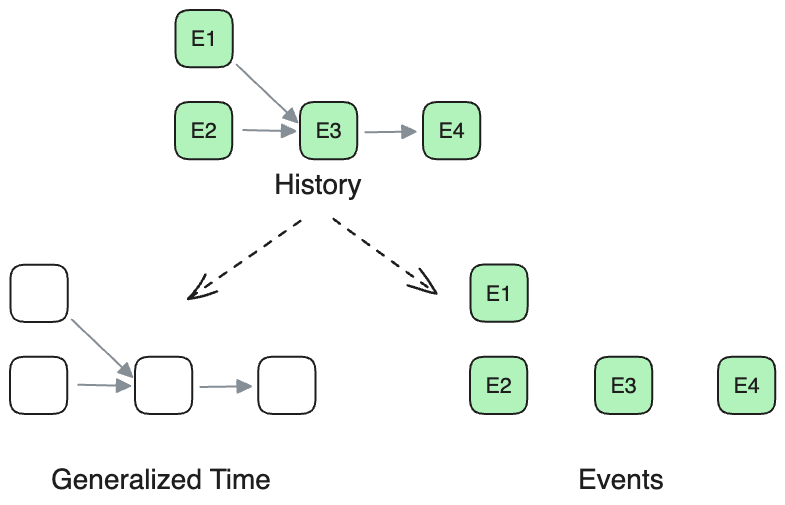
Before: src/list/raxos/history-generalized-time.excalidraw.png, a diagram exported from Excalidraw (drmingdrmer/consensus-essence). Source tidied: one line per element, renumbered; positions are measured from the earlier drawing's top-left corner, leaving out a move shared by most shapes. The source it was exported from:
```json
{"id": 0, "type": "rectangle", "strokeColor": "#1e1e1e", "backgroundColor": "#b2f2bb", "fillStyle": "solid", "strokeWidth": 2, "roughness": 0, "round": true, "x": 165, "y": 0, "width": 57, "height": 57}
{"id": 1, "type": "text", "text": "E1", "strokeColor": "#1e1e1e", "strokeWidth": 2, "roughness": 1, "fontSize": 21.56, "fontFamily": 2, "textAlign": "center", "verticalAlign": "middle", "inside": 0, "x": 181, "y": 16, "width": 26, "height": 25}
{"id": 2, "type": "rectangle", "strokeColor": "#1e1e1e", "strokeWidth": 2, "roughness": 0, "round": true, "x": 0, "y": 255, "width": 57, "height": 57}
{"id": 3, "type": "rectangle", "strokeColor": "#1e1e1e", "backgroundColor": "#b2f2bb", "fillStyle": "solid", "strokeWidth": 2, "roughness": 0, "round": true, "x": 460, "y": 254, "width": 57, "height": 57}
{"id": 4, "type": "text", "text": "E1", "strokeColor": "#1e1e1e", "strokeWidth": 2, "roughness": 1, "fontSize": 21.56, "fontFamily": 2, "textAlign": "center", "verticalAlign": "middle", "inside": 3, "x": 476, "y": 271, "width": 26, "height": 25}
{"id": 5, "type": "rectangle", "strokeColor": "#1e1e1e", "backgroundColor": "#b2f2bb", "fillStyle": "solid", "strokeWidth": 2, "roughness": 0, "round": true, "x": 165, "y": 92, "width": 57, "height": 57}
{"id": 6, "type": "text", "text": "E2", "strokeColor": "#1e1e1e", "strokeWidth": 2, "roughness": 1, "fontSize": 21.56, "fontFamily": 2, "textAlign": "center", "verticalAlign": "middle", "inside": 5, "x": 180, "y": 108, "width": 26, "height": 25}
{"id": 7, "type": "rectangle", "strokeColor": "#1e1e1e", "strokeWidth": 2, "roughness": 0, "round": true, "x": 0, "y": 347, "width": 57, "height": 57}
{"id": 8, "type": "rectangle", "strokeColor": "#1e1e1e", "backgroundColor": "#b2f2bb", "fillStyle": "solid", "strokeWidth": 2, "roughness": 0, "round": true, "x": 460, "y": 347, "width": 57, "height": 57}
{"id": 9, "type": "text", "text": "E2", "strokeColor": "#1e1e1e", "strokeWidth": 2, "roughness": 1, "fontSize": 21.56, "fontFamily": 2, "textAlign": "center", "verticalAlign": "middle", "inside": 8, "x": 475, "y": 363, "width": 26, "height": 25}
{"id": 10, "type": "rectangle", "strokeColor": "#1e1e1e", "backgroundColor": "#b2f2bb", "fillStyle": "solid", "strokeWidth": 2, "roughness": 0, "round": true, "x": 290, "y": 92, "width": 57, "height": 57}
{"id": 11, "type": "text", "text": "E3", "strokeColor": "#1e1e1e", "strokeWidth": 2, "roughness": 1, "fontSize": 21.56, "fontFamily": 2, "textAlign": "center", "verticalAlign": "middle", "inside": 10, "x": 305, "y": 108, "width": 26, "height": 25}
{"id": 12, "type": "rectangle", "strokeColor": "#1e1e1e", "strokeWidth": 2, "roughness": 0, "round": true, "x": 125, "y": 347, "width": 57, "height": 57}
{"id": 13, "type": "rectangle", "strokeColor": "#1e1e1e", "backgroundColor": "#b2f2bb", "fillStyle": "solid", "strokeWidth": 2, "roughness": 0, "round": true, "x": 585, "y": 347, "width": 57, "height": 57}
{"id": 14, "type": "text", "text": "E3", "strokeColor": "#1e1e1e", "strokeWidth": 2, "roughness": 1, "fontSize": 21.56, "fontFamily": 2, "textAlign": "center", "verticalAlign": "middle", "inside": 13, "x": 600, "y": 363, "width": 26, "height": 25}
{"id": 15, "type": "rectangle", "strokeColor": "#1e1e1e", "backgroundColor": "#b2f2bb", "fillStyle": "solid", "strokeWidth": 2, "roughness": 0, "round": true, "x": 413, "y": 92, "width": 57, "height": 57}
{"id": 16, "type": "text", "text": "E4", "strokeColor": "#1e1e1e", "strokeWidth": 2, "roughness": 1, "fontSize": 21.56, "fontFamily": 2, "textAlign": "center", "verticalAlign": "middle", "inside": 15, "x": 428, "y": 108, "width": 26, "height": 25}
{"id": 17, "type": "rectangle", "strokeColor": "#1e1e1e", "strokeWidth": 2, "roughness": 0, "round": true, "x": 248, "y": 347, "width": 57, "height": 57}
{"id": 18, "type": "rectangle", "strokeColor": "#1e1e1e", "backgroundColor": "#b2f2bb", "fillStyle": "solid", "strokeWidth": 2, "roughness": 0, "round": true, "x": 708, "y": 347, "width": 57, "height": 57}
{"id": 19, "type": "text", "text": "E4", "strokeColor": "#1e1e1e", "strokeWidth": 2, "roughness": 1, "fontSize": 21.56, "fontFamily": 2, "textAlign": "center", "verticalAlign": "middle", "inside": 18, "x": 723, "y": 363, "width": 26, "height": 25}
{"id": 20, "type": "arrow", "strokeColor": "#868e96", "backgroundColor": "#b2f2bb", "fillStyle": "solid", "strokeWidth": 2, "roughness": 0, "endArrowhead": "triangle", "round": true, "from": 0, "to": 10, "x": 227, "y": 55, "width": 61, "height": 58, "points": [[0, 0], [61, 58]]}
{"id": 21, "type": "arrow", "strokeColor": "#868e96", "strokeWidth": 2, "roughness": 0, "endArrowhead": "triangle", "round": true, "from": 2, "to": 12, "x": 62, "y": 309, "width": 61, "height": 58, "points": [[0, 0], [61, 58]]}
{"id": 22, "type": "arrow", "strokeColor": "#868e96", "backgroundColor": "#b2f2bb", "fillStyle": "solid", "strokeWidth": 2, "roughness": 0, "endArrowhead": "triangle", "round": true, "from": 5, "to": 10, "x": 233, "y": 120, "width": 52, "height": 1, "points": [[0, 0], [52, 1]]}
{"id": 23, "type": "arrow", "strokeColor": "#868e96", "strokeWidth": 2, "roughness": 0, "endArrowhead": "triangle", "round": true, "from": 7, "to": 12, "x": 68, "y": 375, "width": 52, "height": 1, "points": [[0, 0], [52, 1]]}
{"id": 24, "type": "arrow", "strokeColor": "#868e96", "backgroundColor": "#b2f2bb", "fillStyle": "solid", "strokeWidth": 2, "roughness": 0, "endArrowhead": "triangle", "round": true, "from": 10, "to": 15, "x": 355, "y": 122, "width": 50, "height": 1, "points": [[0, 0], [50, -1]]}
{"id": 25, "type": "arrow", "strokeColor": "#868e96", "strokeWidth": 2, "roughness": 0, "endArrowhead": "triangle", "round": true, "from": 12, "to": 17, "x": 190, "y": 377, "width": 51, "height": 1, "points": [[0, 0], [51, -1]]}
{"id": 26, "type": "arrow", "strokeColor": "#1e1e1e", "strokeWidth": 2, "strokeStyle": "dashed", "roughness": 1, "endArrowhead": "arrow", "round": true, "x": 291, "y": 210, "width": 113, "height": 78, "points": [[0, 0], [-113, 78]]}
{"id": 27, "type": "arrow", "strokeColor": "#1e1e1e", "strokeWidth": 2, "strokeStyle": "dashed", "roughness": 1, "endArrowhead": "arrow", "round": true, "x": 325, "y": 208, "width": 102, "height": 75, "points": [[0, 0], [102, 75]]}
{"id": 28, "type": "text", "text": "Generalized Time", "strokeColor": "#1e1e1e", "strokeWidth": 2, "strokeStyle": "dashed", "roughness": 1, "fontSize": 28, "fontFamily": 2, "x": 41, "y": 453, "width": 220, "height": 32}
{"id": 29, "type": "text", "text": "History", "strokeColor": "#1e1e1e", "strokeWidth": 2, "strokeStyle": "dashed", "roughness": 1, "fontSize": 28, "fontFamily": 2, "x": 264, "y": 158, "width": 87, "height": 32}
{"id": 30, "type": "text", "text": "Events", "strokeColor": "#1e1e1e", "strokeWidth": 2, "strokeStyle": "dashed", "roughness": 1, "fontSize": 28, "fontFamily": 2, "x": 568, "y": 453, "width": 86, "height": 32}
```
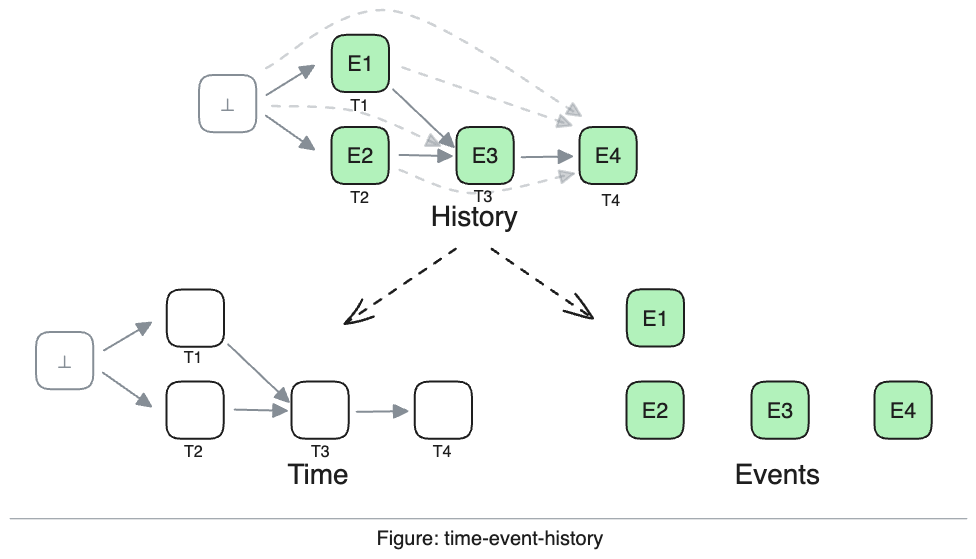
The same diagram one commit later.

Commit message:
M  src/list/raxos/history-generalized-time.excalidraw.png

What changed in the source:
```diff
@@ -19,13 +19,35 @@
 {"id": 18, "type": "rectangle", "strokeColor": "#1e1e1e", "backgroundColor": "#b2f2bb", "fillStyle": "solid", "strokeWidth": 2, "roughness": 0, "round": true, "x": 708, "y": 347, "width": 57, "height": 57}
 {"id": 19, "type": "text", "text": "E4", "strokeColor": "#1e1e1e", "strokeWidth": 2, "roughness": 1, "fontSize": 21.56, "fontFamily": 2, "textAlign": "center", "verticalAlign": "middle", "inside": 18, "x": 723, "y": 363, "width": 26, "height": 25}
 {"id": 20, "type": "arrow", "strokeColor": "#868e96", "backgroundColor": "#b2f2bb", "fillStyle": "solid", "strokeWidth": 2, "roughness": 0, "endArrowhead": "triangle", "round": true, "from": 0, "to": 10, "x": 227, "y": 55, "width": 61, "height": 58, "points": [[0, 0], [61, 58]]}
+{"id": 31, "type": "arrow", "strokeColor": "#868e96", "backgroundColor": "#b2f2bb", "fillStyle": "solid", "strokeWidth": 2, "strokeStyle": "dashed", "roughness": 0, "opacity": 40, "endArrowhead": "triangle", "round": true, "from": 0, "to": 15, "x": 236, "y": 33, "width": 169, "height": 58, "points": [[0, 0], [169, 58]]}
+{"id": 32, "type": "arrow", "strokeColor": "#868e96", "backgroundColor": "#b2f2bb", "fillStyle": "solid", "strokeWidth": 2, "strokeStyle": "dashed", "roughness": 0, "opacity": 40, "endArrowhead": "triangle", "round": true, "from": 35, "x": 106, "y": 71, "width": 168, "height": 40, "points": [[0, 0], [85, 6], [168, 40]]}
+{"id": 33, "type": "arrow", "strokeColor": "#868e96", "backgroundColor": "#b2f2bb", "fillStyle": "solid", "strokeWidth": 2, "strokeStyle": "dashed", "roughness": 0, "opacity": 40, "endArrowhead": "triangle", "round": true, "from": 35, "to": 15, "x": 100, "y": 33, "width": 315, "height": 105, "points": [[0, 0], [127, -57], [315, 48]]}
 {"id": 21, "type": "arrow", "strokeColor": "#868e96", "strokeWidth": 2, "roughness": 0, "endArrowhead": "triangle", "round": true, "from": 2, "to": 12, "x": 62, "y": 309, "width": 61, "height": 58, "points": [[0, 0], [61, 58]]}
 {"id": 22, "type": "arrow", "strokeColor": "#868e96", "backgroundColor": "#b2f2bb", "fillStyle": "solid", "strokeWidth": 2, "roughness": 0, "endArrowhead": "triangle", "round": true, "from": 5, "to": 10, "x": 233, "y": 120, "width": 52, "height": 1, "points": [[0, 0], [52, 1]]}
+{"id": 34, "type": "arrow", "strokeColor": "#868e96", "backgroundColor": "#b2f2bb", "fillStyle": "solid", "strokeWidth": 2, "strokeStyle": "dashed", "roughness": 0, "opacity": 40, "endArrowhead": "triangle", "round": true, "from": 5, "to": 15, "x": 233, "y": 135, "width": 174, "height": 23, "points": [[0, 0], [74, 23], [174, 4]]}
 {"id": 23, "type": "arrow", "strokeColor": "#868e96", "strokeWidth": 2, "roughness": 0, "endArrowhead": "triangle", "round": true, "from": 7, "to": 12, "x": 68, "y": 375, "width": 52, "height": 1, "points": [[0, 0], [52, 1]]}
 {"id": 24, "type": "arrow", "strokeColor": "#868e96", "backgroundColor": "#b2f2bb", "fillStyle": "solid", "strokeWidth": 2, "roughness": 0, "endArrowhead": "triangle", "round": true, "from": 10, "to": 15, "x": 355, "y": 122, "width": 50, "height": 1, "points": [[0, 0], [50, -1]]}
 {"id": 25, "type": "arrow", "strokeColor": "#868e96", "strokeWidth": 2, "roughness": 0, "endArrowhead": "triangle", "round": true, "from": 12, "to": 17, "x": 190, "y": 377, "width": 51, "height": 1, "points": [[0, 0], [51, -1]]}
-{"id": 26, "type": "arrow", "strokeColor": "#1e1e1e", "strokeWidth": 2, "strokeStyle": "dashed", "roughness": 1, "endArrowhead": "arrow", "round": true, "x": 291, "y": 210, "width": 113, "height": 78, "points": [[0, 0], [-113, 78]]}
+{"id": 26, "type": "arrow", "strokeColor": "#1e1e1e", "strokeWidth": 2, "strokeStyle": "dashed", "roughness": 1, "endArrowhead": "arrow", "round": true, "from": 29, "x": 290, "y": 213, "width": 112, "height": 75, "points": [[0, 0], [-112, 75]]}
-{"id": 27, "type": "arrow", "strokeColor": "#1e1e1e", "strokeWidth": 2, "strokeStyle": "dashed", "roughness": 1, "endArrowhead": "arrow", "round": true, "x": 325, "y": 208, "width": 102, "height": 75, "points": [[0, 0], [102, 75]]}
+{"id": 27, "type": "arrow", "strokeColor": "#1e1e1e", "strokeWidth": 2, "strokeStyle": "dashed", "roughness": 1, "endArrowhead": "arrow", "round": true, "from": 29, "x": 326, "y": 213, "width": 100, "height": 70, "points": [[0, 0], [100, 70]]}
-{"id": 28, "type": "text", "text": "Generalized Time", "strokeColor": "#1e1e1e", "strokeWidth": 2, "strokeStyle": "dashed", "roughness": 1, "fontSize": 28, "fontFamily": 2, "x": 41, "y": 453, "width": 220, "height": 32}
+{"id": 28, "type": "text", "text": "Time", "strokeColor": "#1e1e1e", "strokeWidth": 2, "strokeStyle": "dashed", "roughness": 1, "fontSize": 28, "fontFamily": 2, "x": 121, "y": 424, "width": 61, "height": 32}
-{"id": 29, "type": "text", "text": "History", "strokeColor": "#1e1e1e", "strokeWidth": 2, "strokeStyle": "dashed", "roughness": 1, "fontSize": 28, "fontFamily": 2, "x": 264, "y": 158, "width": 87, "height": 32}
+{"id": 29, "type": "text", "text": "History", "strokeColor": "#1e1e1e", "strokeWidth": 2, "strokeStyle": "dashed", "roughness": 1, "fontSize": 28, "fontFamily": 2, "x": 264, "y": 166, "width": 87, "height": 32}
-{"id": 30, "type": "text", "text": "Events", "strokeColor": "#1e1e1e", "strokeWidth": 2, "strokeStyle": "dashed", "roughness": 1, "fontSize": 28, "fontFamily": 2, "x": 568, "y": 453, "width": 86, "height": 32}
+{"id": 30, "type": "text", "text": "Events", "strokeColor": "#1e1e1e", "strokeWidth": 2, "strokeStyle": "dashed", "roughness": 1, "fontSize": 28, "fontFamily": 2, "x": 568, "y": 423, "width": 86, "height": 32}
+{"id": 35, "type": "rectangle", "strokeColor": "#868e96", "strokeWidth": 2, "roughness": 0, "round": true, "x": 33, "y": 40, "width": 57, "height": 57}
+{"id": 36, "type": "text", "text": "⊥", "strokeColor": "#868e96", "strokeWidth": 2, "roughness": 1, "fontSize": 21.56, "fontFamily": 2, "textAlign": "center", "verticalAlign": "middle", "inside": 35, "x": 53, "y": 56, "width": 16, "height": 25}
+{"id": 37, "type": "rectangle", "strokeColor": "#868e96", "strokeWidth": 2, "roughness": 0, "round": true, "x": -130, "y": 297, "width": 57, "height": 57}
+{"id": 38, "type": "text", "text": "⊥", "strokeColor": "#868e96", "strokeWidth": 2, "roughness": 1, "fontSize": 21.56, "fontFamily": 2, "textAlign": "center", "verticalAlign": "middle", "inside": 37, "x": -110, "y": 313, "width": 16, "height": 25}
+{"id": 39, "type": "arrow", "strokeColor": "#868e96", "backgroundColor": "#b2f2bb", "fillStyle": "solid", "strokeWidth": 2, "roughness": 0, "endArrowhead": "triangle", "round": true, "from": 35, "x": 100, "y": 60, "width": 48, "height": 29, "points": [[0, 0], [48, -29]]}
+{"id": 40, "type": "arrow", "strokeColor": "#868e96", "backgroundColor": "#b2f2bb", "fillStyle": "solid", "strokeWidth": 2, "roughness": 0, "endArrowhead": "triangle", "round": true, "from": 37, "to": 2, "x": -62, "y": 316, "width": 47, "height": 28, "points": [[0, 0], [47, -28]]}
+{"id": 41, "type": "arrow", "strokeColor": "#868e96", "backgroundColor": "#b2f2bb", "fillStyle": "solid", "strokeWidth": 2, "roughness": 0, "endArrowhead": "triangle", "round": true, "from": 35, "x": 99, "y": 81, "width": 48, "height": 34, "points": [[0, 0], [48, 34]]}
+{"id": 42, "type": "arrow", "strokeColor": "#868e96", "backgroundColor": "#b2f2bb", "fillStyle": "solid", "strokeWidth": 2, "roughness": 0, "endArrowhead": "triangle", "round": true, "from": 37, "to": 7, "x": -64, "y": 338, "width": 48, "height": 34, "points": [[0, 0], [48, 34]]}
+{"id": 43, "type": "text", "text": "T1", "strokeColor": "#1e1e1e", "strokeWidth": 2, "roughness": 1, "fontSize": 16, "fontFamily": 2, "x": 184, "y": 61, "width": 19, "height": 18}
+{"id": 44, "type": "text", "text": "T2", "strokeColor": "#1e1e1e", "strokeWidth": 2, "roughness": 1, "fontSize": 16, "fontFamily": 2, "x": 184, "y": 153, "width": 19, "height": 18}
+{"id": 45, "type": "text", "text": "T2", "strokeColor": "#1e1e1e", "strokeWidth": 2, "roughness": 1, "fontSize": 16, "fontFamily": 2, "x": 17, "y": 407, "width": 19, "height": 18}
+{"id": 46, "type": "text", "text": "T3", "strokeColor": "#1e1e1e", "strokeWidth": 2, "roughness": 1, "fontSize": 16, "fontFamily": 2, "x": 144, "y": 407, "width": 19, "height": 18}
+{"id": 47, "type": "text", "text": "T4", "strokeColor": "#1e1e1e", "strokeWidth": 2, "roughness": 1, "fontSize": 16, "fontFamily": 2, "x": 266, "y": 407, "width": 19, "height": 18}
+{"id": 48, "type": "text", "text": "T4", "strokeColor": "#1e1e1e", "strokeWidth": 2, "roughness": 1, "fontSize": 16, "fontFamily": 2, "x": 435, "y": 156, "width": 19, "height": 18}
+{"id": 49, "type": "text", "text": "T3", "strokeColor": "#1e1e1e", "strokeWidth": 2, "roughness": 1, "fontSize": 16, "fontFamily": 2, "x": 307, "y": 152, "width": 19, "height": 18}
+{"id": 50, "type": "text", "text": "T1", "strokeColor": "#1e1e1e", "strokeWidth": 2, "roughness": 1, "fontSize": 16, "fontFamily": 2, "x": 17, "y": 314, "width": 19, "height": 18}
+{"id": 51, "type": "text", "text": "Figure: time-event-history", "strokeColor": "#1e1e1e", "strokeWidth": 1, "roughness": 0, "fontSize": 20, "fontFamily": 2, "x": 210, "y": 491, "width": 227, "height": 23}
+{"id": 52, "type": "line", "strokeColor": "#868e96", "strokeWidth": 1, "roughness": 0, "x": -156, "y": 484, "width": 957, "height": 0, "points": [[0, 0], [957, 0]]}
```
